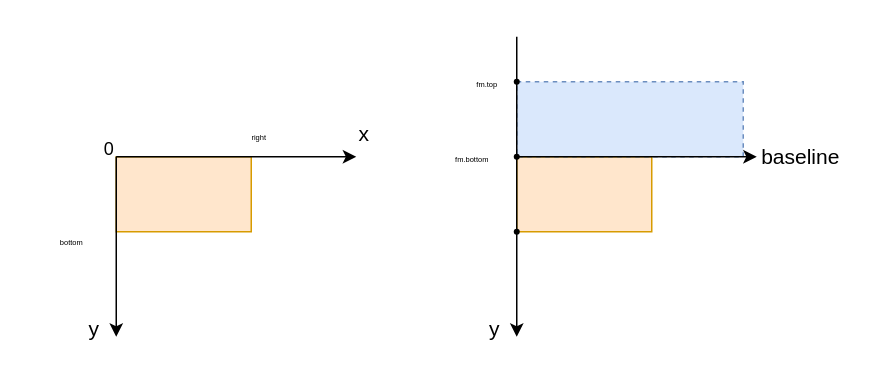
WensonLuo/Drowio keeps this draw.io diagram as RichTextShare.drawio. Above is the earlier version. Source tidied: cells renumbered, new cells numbered last; positions are measured from the earlier drawing's top-left corner, leaving out a move shared by most shapes. Both pictures are drawn from the tidied source at 150%, with x=0, y=0 at pixel (26, 36).
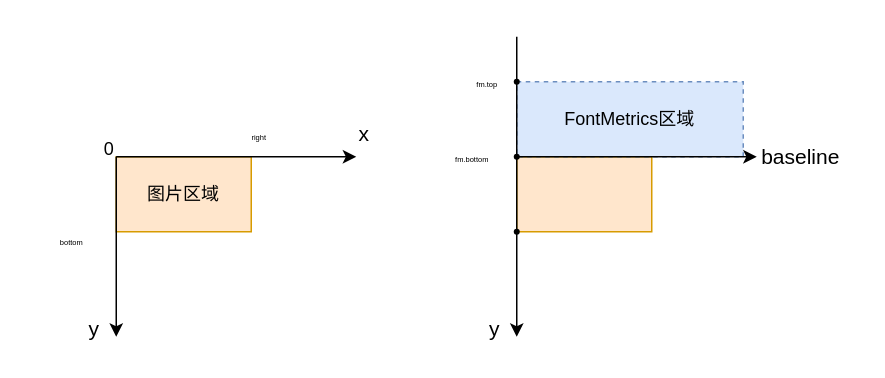
The same diagram, later.

What changed in the source:
```diff
@@
-    <mxCell id="2" style="rounded=0;whiteSpace=wrap;html=1;fillColor=#ffe6cc;strokeColor=#d79b00;" parent="1" vertex="1">
+    <mxCell id="2" value="图片区域" style="rounded=0;whiteSpace=wrap;html=1;fillColor=#ffe6cc;strokeColor=#d79b00;" parent="1" vertex="1">
       <mxGeometry x="60" y="80" width="90" height="50" as="geometry" />
     </mxCell>
@@
-    <mxCell id="4" style="rounded=0;whiteSpace=wrap;html=1;fillColor=#dae8fc;strokeColor=#6c8ebf;dashed=1;" parent="1" vertex="1">
+    <mxCell id="4" value="FontMetrics区域" style="rounded=0;whiteSpace=wrap;html=1;fillColor=#dae8fc;strokeColor=#6c8ebf;dashed=1;" parent="1" vertex="1">
       <mxGeometry x="327" y="30" width="151" height="50" as="geometry" />
     </mxCell>
```
